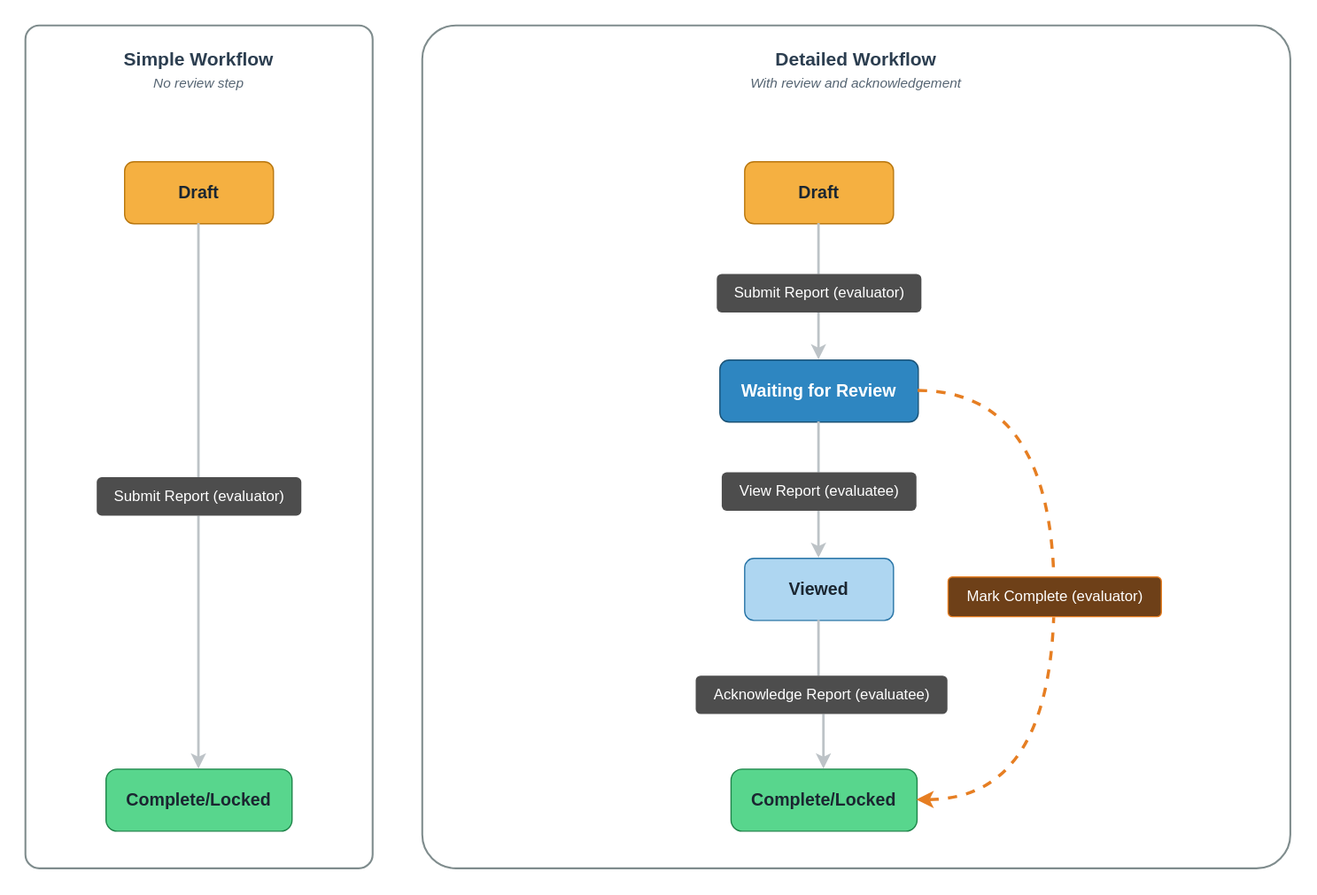
Earlier version of the draw.io export static/img/observation-workflow-formal.svg (hoc-stateeval/stateeval-help). Source tidied: cells renumbered, new cells last; positions are measured from the earlier drawing's top-left corner, leaving out a move shared by most shapes.
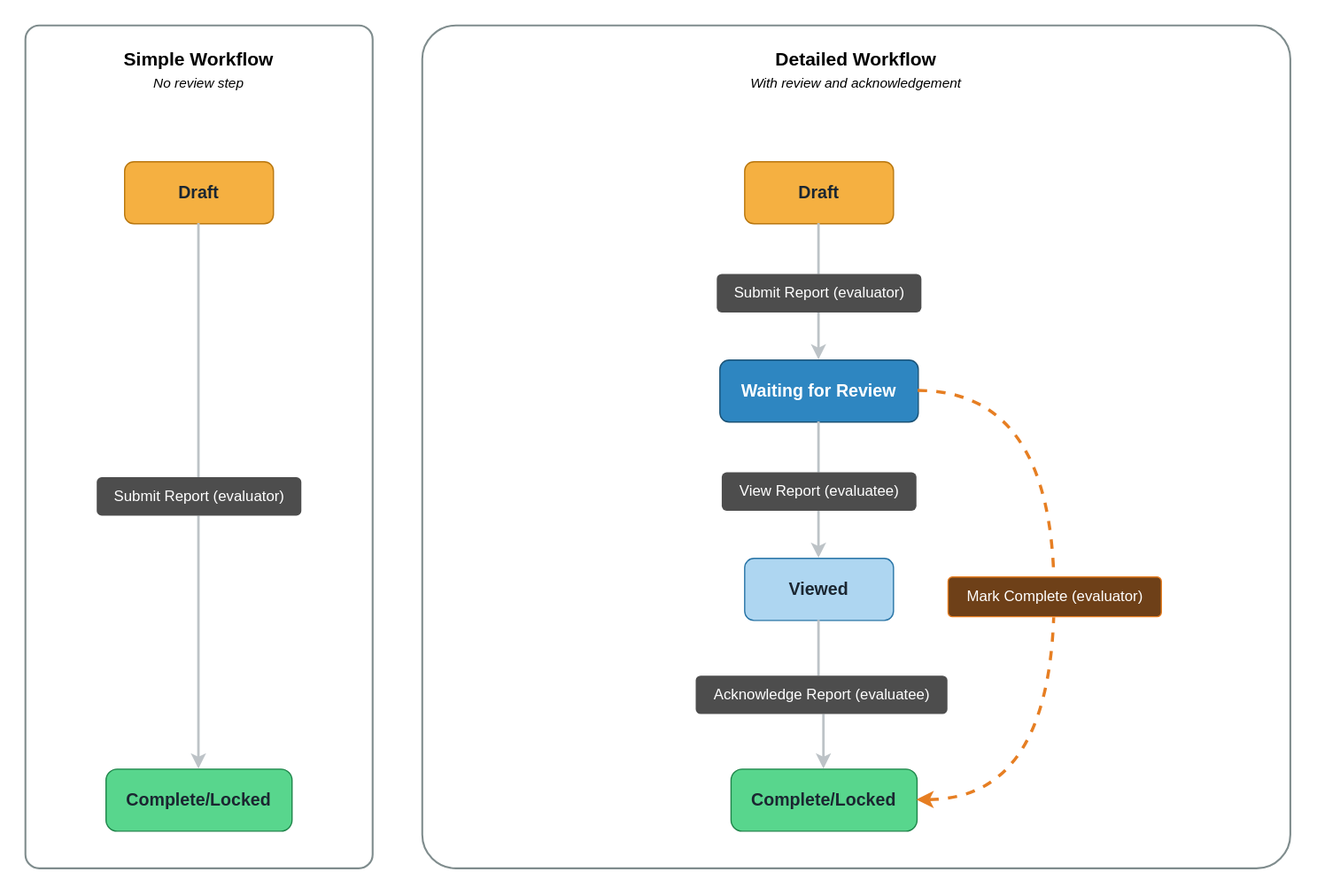
After the change.

Commit message:
Update observation workflow SVG diagram

What changed in the source:
```diff
@@ -5,10 +5,10 @@
     <mxCell id="2" style="rounded=1;whiteSpace=wrap;html=1;fillColor=none;strokeColor=#7F8C8D;strokeWidth=1.5;dashed=0;arcSize=4;" parent="1" vertex="1">
       <mxGeometry width="280" height="680" as="geometry" />
     </mxCell>
-    <mxCell id="3" value="Simple Workflow" style="text;html=1;strokeColor=none;fillColor=none;align=center;verticalAlign=middle;whiteSpace=wrap;rounded=0;fontSize=15;fontStyle=1;fontColor=#2C3E50;" parent="1" vertex="1">
+    <mxCell id="3" value="Simple Workflow" style="text;html=1;strokeColor=none;fillColor=none;align=center;verticalAlign=middle;whiteSpace=wrap;rounded=0;fontSize=15;fontStyle=1;fontColor=#000000;" parent="1" vertex="1">
       <mxGeometry x="20" y="15" width="240" height="24" as="geometry" />
     </mxCell>
-    <mxCell id="4" value="No review step" style="text;html=1;strokeColor=none;fillColor=none;align=center;verticalAlign=middle;whiteSpace=wrap;rounded=0;fontSize=11;fontStyle=2;fontColor=#566573;" parent="1" vertex="1">
+    <mxCell id="4" value="No review step" style="text;html=1;strokeColor=none;fillColor=none;align=center;verticalAlign=middle;whiteSpace=wrap;rounded=0;fontSize=11;fontStyle=2;fontColor=#000000;" parent="1" vertex="1">
       <mxGeometry x="20" y="38" width="240" height="18" as="geometry" />
     </mxCell>
     <mxCell id="5" value="Draft" style="rounded=1;whiteSpace=wrap;html=1;fillColor=#F5B041;strokeColor=#B9770E;fontColor=#1B2631;fontSize=14;fontStyle=1;" parent="1" vertex="1">
@@ -23,10 +23,10 @@
     <mxCell id="8" style="rounded=1;whiteSpace=wrap;html=1;fillColor=none;strokeColor=#7F8C8D;strokeWidth=1.5;dashed=0;arcSize=4;" parent="1" vertex="1">
       <mxGeometry x="320" width="700" height="680" as="geometry" />
     </mxCell>
-    <mxCell id="9" value="Detailed Workflow" style="text;html=1;strokeColor=none;fillColor=none;align=center;verticalAlign=middle;whiteSpace=wrap;rounded=0;fontSize=15;fontStyle=1;fontColor=#2C3E50;" parent="1" vertex="1">
+    <mxCell id="9" value="Detailed Workflow" style="text;html=1;strokeColor=none;fillColor=none;align=center;verticalAlign=middle;whiteSpace=wrap;rounded=0;fontSize=15;fontStyle=1;fontColor=#000000;" parent="1" vertex="1">
       <mxGeometry x="340" y="15" width="660" height="24" as="geometry" />
     </mxCell>
-    <mxCell id="10" value="With review and acknowledgement" style="text;html=1;strokeColor=none;fillColor=none;align=center;verticalAlign=middle;whiteSpace=wrap;rounded=0;fontSize=11;fontStyle=2;fontColor=#566573;" parent="1" vertex="1">
+    <mxCell id="10" value="With review and acknowledgement" style="text;html=1;strokeColor=none;fillColor=none;align=center;verticalAlign=middle;whiteSpace=wrap;rounded=0;fontSize=11;fontStyle=2;fontColor=#000000;" parent="1" vertex="1">
       <mxGeometry x="340" y="38" width="660" height="18" as="geometry" />
     </mxCell>
     <mxCell id="11" value="Draft" style="rounded=1;whiteSpace=wrap;html=1;fillColor=#F5B041;strokeColor=#B9770E;fontColor=#1B2631;fontSize=14;fontStyle=1;" parent="1" vertex="1">
```
